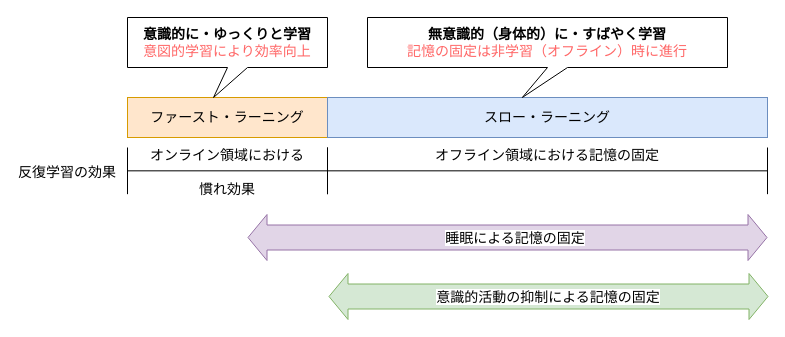
The draw.io diagram img/learning.drawio in amenoyoya/typing, before the edit. Source tidied: cells renumbered, new cells numbered last; positions are measured from the earlier drawing's top-left corner, leaving out a move shared by most shapes. Both pictures are drawn from the tidied source at 100%, with x=0, y=0 at pixel (17, 17).
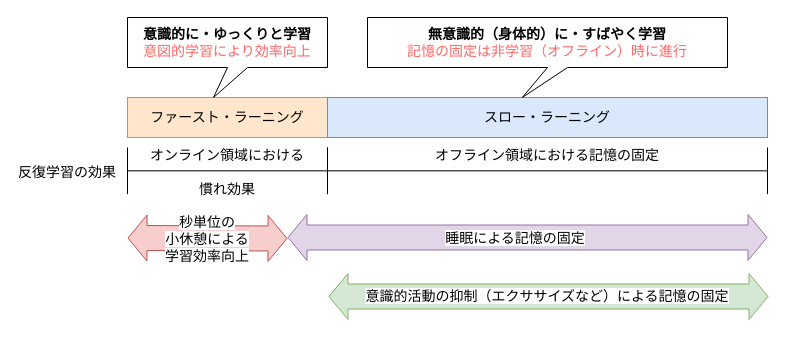
Above is the later version.

Diff of the diagram source:
```diff
@@
 <mxGraphModel>
   <root>
     <mxCell id="0" />
     <mxCell id="1" parent="0" />
     <mxCell id="2" value="ファースト・ラーニング" style="rounded=0;whiteSpace=wrap;html=1;fontSize=14;fillColor=#ffe6cc;strokeColor=#d79b00;" parent="1" vertex="1">
       <mxGeometry x="110" y="80" width="200" height="40" as="geometry" />
     </mxCell>
     <mxCell id="3" value="スロー・ラーニング" style="rounded=0;whiteSpace=wrap;html=1;fontSize=14;fillColor=#dae8fc;strokeColor=#6c8ebf;" parent="1" vertex="1">
       <mxGeometry x="310" y="80" width="440" height="40" as="geometry" />
     </mxCell>
     <mxCell id="4" value="反復学習の効果" style="text;html=1;strokeColor=none;fillColor=none;align=center;verticalAlign=middle;whiteSpace=wrap;rounded=0;fontSize=14;" parent="1" vertex="1">
       <mxGeometry y="145" width="100" height="20" as="geometry" />
     </mxCell>
     <mxCell id="5" value="オンライン領域における&lt;br&gt;&lt;br&gt;慣れ効果" style="verticalAlign=bottom;dashed=0;shape=mxgraph.pid.piping.removable_spool;html=1;overflow=fill;fontSize=14;" parent="1" vertex="1">
       <mxGeometry x="110" y="130" width="200" height="70" as="geometry" />
     </mxCell>
     <mxCell id="6" value="オフライン領域における記憶の固定" style="verticalAlign=bottom;dashed=0;shape=mxgraph.pid.piping.removable_spool;html=1;overflow=fill;fontSize=14;" parent="1" vertex="1">
       <mxGeometry x="310" y="130" width="440" height="70" as="geometry" />
     </mxCell>
     <mxCell id="7" style="shape=flexArrow;endArrow=classic;startArrow=classic;html=1;fontSize=14;fillColor=#e1d5e7;strokeColor=#9673a6;width=25;" parent="1" edge="1">
       <mxGeometry relative="1" as="geometry">
-        <mxPoint x="230" y="220" as="sourcePoint" />
+        <mxPoint x="270" y="220" as="sourcePoint" />
         <mxPoint x="750" y="220" as="targetPoint" />
       </mxGeometry>
     </mxCell>
-    <mxCell id="8" value="&lt;span style=&quot;text-align: right ; white-space: nowrap ; background-color: rgb(255 , 255 , 255)&quot;&gt;睡眠による記憶の固定&lt;/span&gt;" style="text;html=1;strokeColor=none;fillColor=none;align=center;verticalAlign=middle;whiteSpace=wrap;rounded=0;fontSize=14;" parent="1" vertex="1">
+    <mxCell id="8" value="&lt;span style=&quot;white-space: nowrap; background-color: rgb(255, 255, 255);&quot;&gt;睡眠による記憶の固定&lt;/span&gt;" style="text;html=1;strokeColor=none;fillColor=none;align=center;verticalAlign=middle;whiteSpace=wrap;rounded=0;fontSize=14;" parent="1" vertex="1">
       <mxGeometry x="403" y="211" width="190" height="20" as="geometry" />
     </mxCell>
     <mxCell id="9" style="shape=flexArrow;endArrow=classic;startArrow=classic;html=1;fontSize=14;fillColor=#d5e8d4;strokeColor=#82b366;width=25;" parent="1" edge="1">
       <mxGeometry relative="1" as="geometry">
         <mxPoint x="311" y="279" as="sourcePoint" />
         <mxPoint x="751" y="279" as="targetPoint" />
       </mxGeometry>
     </mxCell>
-    <mxCell id="10" value="&lt;span style=&quot;text-align: right ; white-space: nowrap ; background-color: rgb(255 , 255 , 255)&quot;&gt;意識的活動の抑制による記憶の固定&lt;/span&gt;" style="text;html=1;strokeColor=none;fillColor=none;align=center;verticalAlign=middle;whiteSpace=wrap;rounded=0;fontSize=14;" parent="1" vertex="1">
-      <mxGeometry x="406" y="270" width="250" height="20" as="geometry" />
+    <mxCell id="10" value="&lt;span style=&quot;text-align: right ; white-space: nowrap ; background-color: rgb(255 , 255 , 255)&quot;&gt;意識的活動の抑制（エクササイズなど）による記憶の固定&lt;/span&gt;" style="text;html=1;strokeColor=none;fillColor=none;align=center;verticalAlign=middle;whiteSpace=wrap;rounded=0;fontSize=14;" parent="1" vertex="1">
+      <mxGeometry x="317" y="269" width="426" height="20" as="geometry" />
     </mxCell>
     <mxCell id="11" value="&lt;b&gt;意識的に・ゆっくりと学習&lt;/b&gt;&lt;br&gt;&lt;font color=&quot;#ff6666&quot;&gt;意図的学習により効率向上&lt;/font&gt;" style="shape=callout;whiteSpace=wrap;html=1;perimeter=calloutPerimeter;fillColor=none;fontSize=14;align=center;position2=0.43;" parent="1" vertex="1">
       <mxGeometry x="110" width="200" height="80" as="geometry" />
     </mxCell>
     <mxCell id="12" value="&lt;b&gt;無意識的（身体的）に・すばやく学習&lt;/b&gt;&lt;br&gt;&lt;font color=&quot;#ff6666&quot;&gt;記憶の固定は非学習（オフライン）時に進行&lt;/font&gt;" style="shape=callout;whiteSpace=wrap;html=1;perimeter=calloutPerimeter;fillColor=none;fontSize=14;align=center;position2=0.43;" parent="1" vertex="1">
       <mxGeometry x="350" width="360" height="80" as="geometry" />
     </mxCell>
+    <mxCell id="13" style="shape=flexArrow;endArrow=classic;startArrow=classic;html=1;fontSize=14;fillColor=#f8cecc;strokeColor=#b85450;width=25;" parent="1" edge="1">
+      <mxGeometry relative="1" as="geometry">
+        <mxPoint x="110" y="220.5" as="sourcePoint" />
+        <mxPoint x="270" y="221" as="targetPoint" />
+      </mxGeometry>
+    </mxCell>
+    <mxCell id="14" value="&lt;div&gt;&lt;span style=&quot;background-color: rgb(255 , 255 , 255)&quot;&gt;秒単位の&lt;/span&gt;&lt;/div&gt;&lt;div&gt;&lt;span style=&quot;background-color: rgb(255 , 255 , 255)&quot;&gt;小休憩による&lt;/span&gt;&lt;/div&gt;&lt;div&gt;&lt;span style=&quot;background-color: rgb(255 , 255 , 255)&quot;&gt;学習効率&lt;/span&gt;&lt;span style=&quot;background-color: rgb(255 , 255 , 255)&quot;&gt;向上&lt;/span&gt;&lt;/div&gt;" style="text;html=1;strokeColor=none;fillColor=none;align=center;verticalAlign=middle;whiteSpace=wrap;rounded=0;fontSize=14;" parent="1" vertex="1">
+      <mxGeometry x="130" y="191" width="120" height="61" as="geometry" />
+    </mxCell>
   </root>
 </mxGraphModel>
```
